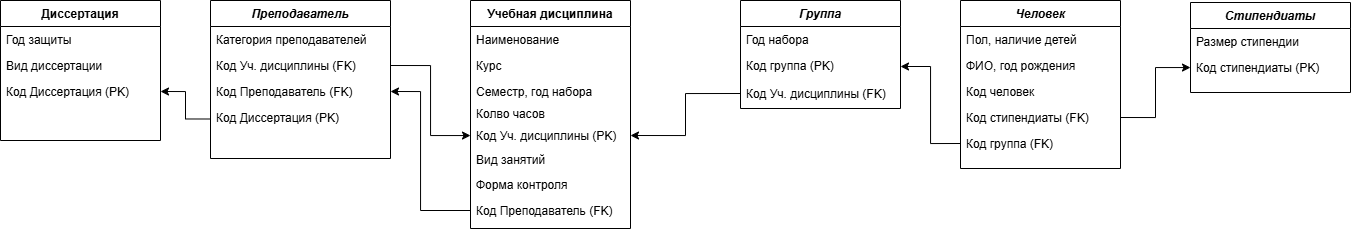
The draw.io diagram БД 2 Хорошилова.drawio.png in ksinph/PSTU_LABS_2023, before a commit. Source tidied: cells renumbered, new cells last; positions are measured from the earlier drawing's top-left corner, leaving out a move shared by most shapes.
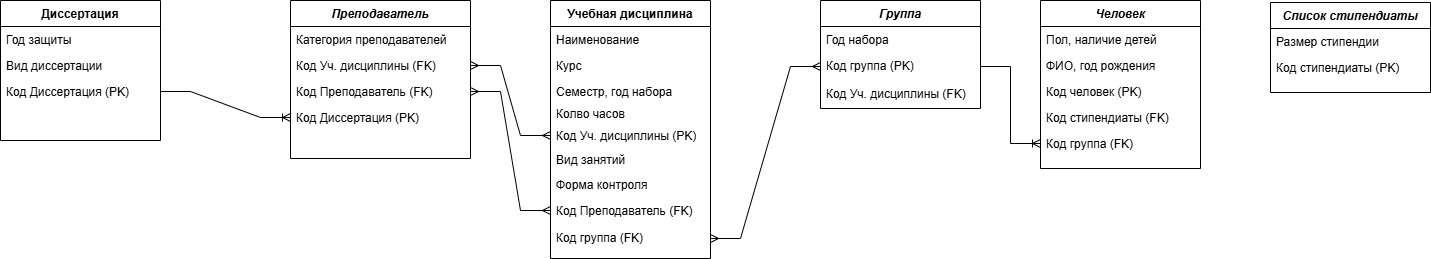
Later version of the same file.

What changed in the source:
```diff
@@ -11,7 +11,7 @@
     <mxCell id="4" value="ФИО, год рождения" style="text;align=left;verticalAlign=top;spacingLeft=4;spacingRight=4;overflow=hidden;rounded=0;shadow=0;html=0;" parent="2" vertex="1">
       <mxGeometry y="52" width="160" height="26" as="geometry" />
     </mxCell>
-    <mxCell id="5" value="Код человек" style="text;align=left;verticalAlign=top;spacingLeft=4;spacingRight=4;overflow=hidden;rounded=0;shadow=0;html=0;" parent="2" vertex="1">
+    <mxCell id="5" value="Код человек (PK)" style="text;align=left;verticalAlign=top;spacingLeft=4;spacingRight=4;overflow=hidden;rounded=0;shadow=0;html=0;" parent="2" vertex="1">
       <mxGeometry y="78" width="160" height="26" as="geometry" />
     </mxCell>
     <mxCell id="6" value="Код стипендиаты (FK)" style="text;align=left;verticalAlign=top;spacingLeft=4;spacingRight=4;overflow=hidden;points=[[0,0.5],[1,0.5]];portConstraint=eastwest;" parent="2" vertex="1">
@@ -21,7 +21,7 @@
       <mxGeometry y="130" width="160" height="26" as="geometry" />
     </mxCell>
     <mxCell id="8" value="Учебная дисциплина" style="swimlane;fontStyle=1;align=center;verticalAlign=top;horizontal=1;startSize=26;rounded=0;shadow=0;strokeWidth=1;" parent="1" vertex="1">
-      <mxGeometry x="470" width="160" height="228" as="geometry" />
+      <mxGeometry x="470" width="160" height="258" as="geometry" />
     </mxCell>
     <mxCell id="9" value="Наименование" style="text;align=left;verticalAlign=top;spacingLeft=4;spacingRight=4;overflow=hidden;" parent="8" vertex="1">
       <mxGeometry y="26" width="160" height="26" as="geometry" />
@@ -36,7 +36,7 @@
       <mxGeometry y="100" width="160" height="26" as="geometry" />
     </mxCell>
     <mxCell id="13" value="Диссертация" style="swimlane;fontStyle=1;align=center;verticalAlign=top;horizontal=1;startSize=26;rounded=0;shadow=0;strokeWidth=1;" parent="1" vertex="1">
-      <mxGeometry width="160" height="140" as="geometry" />
+      <mxGeometry x="-80" width="160" height="140" as="geometry" />
     </mxCell>
     <mxCell id="14" value="Год защиты" style="text;align=left;verticalAlign=top;spacingLeft=4;spacingRight=4;overflow=hidden;" parent="13" vertex="1">
       <mxGeometry y="26" width="160" height="26" as="geometry" />
@@ -53,7 +53,7 @@
     <mxCell id="18" value="Форма контроля" style="text;align=left;verticalAlign=top;spacingLeft=4;spacingRight=4;overflow=hidden;" parent="1" vertex="1">
       <mxGeometry x="470" y="171" width="160" height="26" as="geometry" />
     </mxCell>
-    <mxCell id="19" value="Стипендиаты" style="swimlane;fontStyle=3;align=center;verticalAlign=top;horizontal=1;startSize=26;rounded=0;shadow=0;strokeWidth=1;" parent="1" vertex="1">
+    <mxCell id="19" value="Список стипендиаты" style="swimlane;fontStyle=3;align=center;verticalAlign=top;horizontal=1;startSize=26;rounded=0;shadow=0;strokeWidth=1;" parent="1" vertex="1">
       <mxGeometry x="1190" y="2" width="160" height="90" as="geometry" />
     </mxCell>
     <mxCell id="20" value="Размер стипендии" style="text;align=left;verticalAlign=top;spacingLeft=4;spacingRight=4;overflow=hidden;" parent="19" vertex="1">
@@ -92,31 +92,26 @@
     <mxCell id="31" value="Код Уч. дисциплины (PK)" style="text;align=left;verticalAlign=top;spacingLeft=4;spacingRight=4;overflow=hidden;points=[[0,0.5],[1,0.5]];portConstraint=eastwest;" parent="1" vertex="1">
       <mxGeometry x="470" y="122" width="160" height="26" as="geometry" />
     </mxCell>
-    <mxCell id="32" style="edgeStyle=orthogonalEdgeStyle;rounded=0;jettySize=auto;html=1;exitX=0;exitY=0.5;exitDx=0;exitDy=0;entryX=1;entryY=0.5;entryDx=0;entryDy=0;" parent="1" edge="1" source="33" target="29">
-      <mxGeometry relative="1" as="geometry">
-        <Array as="points">
-          <mxPoint x="420" y="210" />
-          <mxPoint x="420" y="91" />
-        </Array>
-      </mxGeometry>
-    </mxCell>
     <mxCell id="33" value="Код Преподаватель (FK)" style="text;align=left;verticalAlign=top;spacingLeft=4;spacingRight=4;overflow=hidden;points=[[0,0.5],[1,0.5]];portConstraint=eastwest;" parent="1" vertex="1">
       <mxGeometry x="470" y="197" width="160" height="26" as="geometry" />
     </mxCell>
+    <mxCell id="39" style="edgeStyle=entityRelationEdgeStyle;fontSize=12;html=1;endArrow=ERoneToMany;rounded=0;entryX=0;entryY=0.5;entryDx=0;entryDy=0;exitX=1;exitY=0.5;exitDx=0;exitDy=0;" parent="1" edge="1" source="16" target="30">
+      <mxGeometry relative="1" as="geometry" />
+    </mxCell>
-    <mxCell id="34" style="edgeStyle=orthogonalEdgeStyle;rounded=0;jettySize=auto;html=1;exitX=1;exitY=0.5;exitDx=0;exitDy=0;" parent="1" edge="1" source="28" target="31">
+    <mxCell id="34" style="edgeStyle=entityRelationEdgeStyle;fontSize=12;html=1;endArrow=ERmany;startArrow=ERmany;rounded=0;exitX=1;exitY=0.5;exitDx=0;exitDy=0;entryX=0;entryY=0.5;entryDx=0;entryDy=0;" parent="1" edge="1" source="28" target="31">
       <mxGeometry relative="1" as="geometry" />
     </mxCell>
-    <mxCell id="35" style="edgeStyle=orthogonalEdgeStyle;rounded=0;jettySize=auto;html=1;exitX=0;exitY=0.75;exitDx=0;exitDy=0;entryX=1;entryY=0.5;entryDx=0;entryDy=0;" parent="1" edge="1" source="26" target="16">
-      <mxGeometry relative="1" as="geometry" />
-    </mxCell>
-    <mxCell id="36" style="edgeStyle=orthogonalEdgeStyle;rounded=0;jettySize=auto;html=1;exitX=1;exitY=0.5;exitDx=0;exitDy=0;" parent="1" edge="1" source="6" target="21">
-      <mxGeometry relative="1" as="geometry" />
-    </mxCell>
-    <mxCell id="37" style="edgeStyle=orthogonalEdgeStyle;rounded=0;jettySize=auto;html=1;exitX=0;exitY=0.5;exitDx=0;exitDy=0;entryX=1;entryY=0.5;entryDx=0;entryDy=0;" parent="1" edge="1" source="7" target="24">
-      <mxGeometry relative="1" as="geometry" />
-    </mxCell>
-    <mxCell id="38" style="edgeStyle=orthogonalEdgeStyle;rounded=0;jettySize=auto;html=1;exitX=0;exitY=0.5;exitDx=0;exitDy=0;entryX=1;entryY=0.5;entryDx=0;entryDy=0;" parent="1" edge="1" source="25" target="31">
-      <mxGeometry relative="1" as="geometry" />
-    </mxCell>
+    <mxCell id="40" style="edgeStyle=entityRelationEdgeStyle;fontSize=12;html=1;endArrow=ERmany;startArrow=ERmany;rounded=0;exitX=1;exitY=0.5;exitDx=0;exitDy=0;entryX=0;entryY=0.5;entryDx=0;entryDy=0;" parent="1" edge="1" source="29" target="33">
+      <mxGeometry relative="1" as="geometry" />
+    </mxCell>
+    <mxCell id="41" style="edgeStyle=entityRelationEdgeStyle;fontSize=12;html=1;endArrow=ERmany;startArrow=ERmany;rounded=0;exitX=1;exitY=0.5;exitDx=0;exitDy=0;entryX=0;entryY=0.5;entryDx=0;entryDy=0;" parent="1" edge="1" source="42" target="24">
+      <mxGeometry relative="1" as="geometry" />
+    </mxCell>
+    <mxCell id="42" value="Код группа (FK)" style="text;align=left;verticalAlign=top;spacingLeft=4;spacingRight=4;overflow=hidden;points=[[0,0.5],[1,0.5]];portConstraint=eastwest;" parent="1" vertex="1">
+      <mxGeometry x="470" y="224" width="160" height="28" as="geometry" />
+    </mxCell>
+    <mxCell id="43" style="edgeStyle=entityRelationEdgeStyle;fontSize=12;html=1;endArrow=ERoneToMany;rounded=0;exitX=1;exitY=0.5;exitDx=0;exitDy=0;entryX=0;entryY=0.5;entryDx=0;entryDy=0;" parent="1" edge="1" source="24" target="7">
+      <mxGeometry relative="1" as="geometry" />
+    </mxCell>
   </root>
 </mxGraphModel>
```
